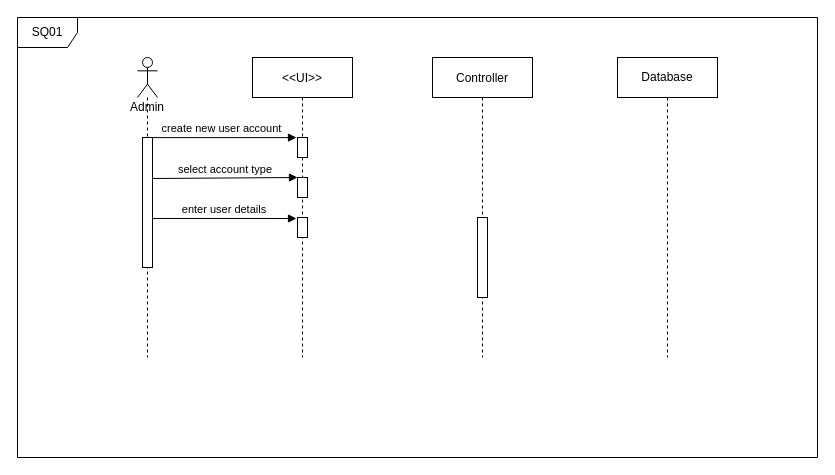
The draw.io diagram Sequence Diagram.drawio in fasil712/UML_Diagram_Design, before the edit. Source tidied: cells renumbered, new cells numbered last; positions are measured from the earlier drawing's top-left corner, leaving out a move shared by most shapes. Both pictures are drawn from the tidied source at 100%, with x=0, y=0 at pixel (17, 17).
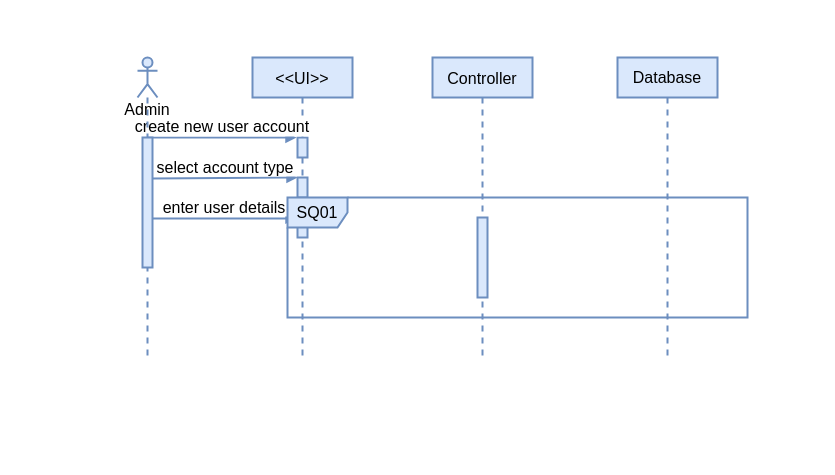
After the change.

What changed in the source:
```diff
@@
 <mxGraphModel>
   <root>
     <mxCell id="0" />
     <mxCell id="1" parent="0" />
-    <mxCell id="2" value="&lt;&lt;UI&gt;&gt;" style="shape=umlLifeline;perimeter=lifelinePerimeter;rounded=0;shadow=0;strokeWidth=1;" parent="1" vertex="1">
+    <mxCell id="2" value="&lt;&lt;UI&gt;&gt;" style="shape=umlLifeline;perimeter=lifelinePerimeter;rounded=0;shadow=0;strokeWidth=2;fillColor=#dae8fc;strokeColor=#6c8ebf;fontSize=16;" parent="1" vertex="1">
       <mxGeometry x="235" y="40" width="100" height="300" as="geometry" />
     </mxCell>
-    <mxCell id="3" style="points=[];perimeter=orthogonalPerimeter;rounded=0;shadow=0;strokeWidth=1;" parent="2" vertex="1">
+    <mxCell id="3" style="points=[];perimeter=orthogonalPerimeter;rounded=0;shadow=0;strokeWidth=2;fillColor=#dae8fc;strokeColor=#6c8ebf;fontSize=16;" parent="2" vertex="1">
       <mxGeometry x="45" y="80" width="10" height="20" as="geometry" />
     </mxCell>
-    <mxCell id="4" style="html=1;perimeter=orthogonalPerimeter;" parent="2" vertex="1">
+    <mxCell id="4" style="html=1;perimeter=orthogonalPerimeter;fillColor=#dae8fc;strokeColor=#6c8ebf;fontSize=16;strokeWidth=2;" parent="2" vertex="1">
       <mxGeometry x="45" y="120" width="10" height="20" as="geometry" />
     </mxCell>
-    <mxCell id="5" style="html=1;points=[];perimeter=orthogonalPerimeter;" parent="2" vertex="1">
+    <mxCell id="5" style="html=1;points=[];perimeter=orthogonalPerimeter;fillColor=#dae8fc;strokeColor=#6c8ebf;fontSize=16;strokeWidth=2;" parent="2" vertex="1">
       <mxGeometry x="45" y="160" width="10" height="20" as="geometry" />
     </mxCell>
-    <mxCell id="6" value="Controller" style="shape=umlLifeline;perimeter=lifelinePerimeter;rounded=0;shadow=0;strokeWidth=1;" parent="1" vertex="1">
+    <mxCell id="6" value="Controller" style="shape=umlLifeline;perimeter=lifelinePerimeter;rounded=0;shadow=0;strokeWidth=2;fillColor=#dae8fc;strokeColor=#6c8ebf;fontSize=16;" parent="1" vertex="1">
       <mxGeometry x="415" y="40" width="100" height="300" as="geometry" />
     </mxCell>
-    <mxCell id="7" style="perimeter=orthogonalPerimeter;rounded=0;shadow=0;strokeWidth=1;" parent="6" vertex="1">
+    <mxCell id="7" style="perimeter=orthogonalPerimeter;rounded=0;shadow=0;strokeWidth=2;fillColor=#dae8fc;strokeColor=#6c8ebf;fontSize=16;" parent="6" vertex="1">
       <mxGeometry x="45" y="160" width="10" height="80" as="geometry" />
     </mxCell>
-    <mxCell id="8" value="create new user account" style="verticalAlign=bottom;endArrow=block;shadow=0;strokeWidth=1;entryX=-0.1;entryY=0.005;entryDx=0;entryDy=0;entryPerimeter=0;" parent="1" edge="1" source="9" target="3">
+    <mxCell id="8" value="create new user account" style="verticalAlign=bottom;endArrow=block;shadow=0;strokeWidth=2;entryX=-0.1;entryY=0.005;entryDx=0;entryDy=0;entryPerimeter=0;fillColor=#dae8fc;strokeColor=#6c8ebf;fontSize=16;" parent="1" edge="1" source="9" target="3">
       <mxGeometry relative="1" as="geometry" />
     </mxCell>
-    <mxCell id="9" value="Admin" style="shape=umlLifeline;participant=umlActor;perimeter=lifelinePerimeter;whiteSpace=wrap;html=1;verticalAlign=top;spacingTop=36;outlineConnect=0;size=40;" parent="1" vertex="1">
+    <mxCell id="9" value="Admin" style="shape=umlLifeline;participant=umlActor;perimeter=lifelinePerimeter;whiteSpace=wrap;html=1;verticalAlign=top;spacingTop=36;outlineConnect=0;size=40;fillColor=#dae8fc;strokeColor=#6c8ebf;fontSize=16;strokeWidth=2;" parent="1" vertex="1">
       <mxGeometry x="120" y="40" width="20" height="300" as="geometry" />
     </mxCell>
-    <mxCell id="10" style="html=1;points=[];perimeter=orthogonalPerimeter;" parent="9" vertex="1">
+    <mxCell id="10" style="html=1;points=[];perimeter=orthogonalPerimeter;fillColor=#dae8fc;strokeColor=#6c8ebf;fontSize=16;strokeWidth=2;" parent="9" vertex="1">
       <mxGeometry x="5" y="80" width="10" height="130" as="geometry" />
     </mxCell>
-    <mxCell id="11" value="Database" style="shape=umlLifeline;perimeter=lifelinePerimeter;whiteSpace=wrap;html=1;" parent="1" vertex="1">
+    <mxCell id="11" value="Database" style="shape=umlLifeline;perimeter=lifelinePerimeter;whiteSpace=wrap;html=1;fillColor=#dae8fc;strokeColor=#6c8ebf;fontSize=16;strokeWidth=2;" parent="1" vertex="1">
       <mxGeometry x="600" y="40" width="100" height="300" as="geometry" />
     </mxCell>
-    <mxCell id="12" value="select account type" style="verticalAlign=bottom;endArrow=block;shadow=0;strokeWidth=1;" parent="1" edge="1">
+    <mxCell id="12" value="select account type" style="verticalAlign=bottom;endArrow=block;shadow=0;strokeWidth=2;fillColor=#dae8fc;strokeColor=#6c8ebf;fontSize=16;" parent="1" edge="1">
       <mxGeometry relative="1" as="geometry">
         <mxPoint x="135" y="161" as="sourcePoint" />
         <mxPoint x="280" y="160" as="targetPoint" />
       </mxGeometry>
     </mxCell>
-    <mxCell id="13" value="enter user details" style="verticalAlign=bottom;endArrow=block;shadow=0;strokeWidth=1;entryX=-0.1;entryY=0.05;entryDx=0;entryDy=0;entryPerimeter=0;exitX=1;exitY=0.623;exitDx=0;exitDy=0;exitPerimeter=0;" parent="1" edge="1" source="10" target="5">
+    <mxCell id="13" value="enter user details" style="verticalAlign=bottom;endArrow=block;shadow=0;strokeWidth=2;entryX=-0.1;entryY=0.05;entryDx=0;entryDy=0;entryPerimeter=0;exitX=1;exitY=0.623;exitDx=0;exitDy=0;exitPerimeter=0;fillColor=#dae8fc;strokeColor=#6c8ebf;fontSize=16;" parent="1" edge="1" source="10" target="5">
       <mxGeometry relative="1" as="geometry" />
     </mxCell>
-    <mxCell id="14" value="SQ01" style="shape=umlFrame;whiteSpace=wrap;html=1;" parent="1" vertex="1">
-      <mxGeometry width="800" height="440" as="geometry" />
+    <mxCell id="14" value="SQ01" style="shape=umlFrame;whiteSpace=wrap;html=1;fillColor=#dae8fc;strokeColor=#6c8ebf;fontSize=16;strokeWidth=2;" parent="1" vertex="1">
+      <mxGeometry x="270" y="180" width="460" height="120" as="geometry" />
     </mxCell>
   </root>
 </mxGraphModel>
```
